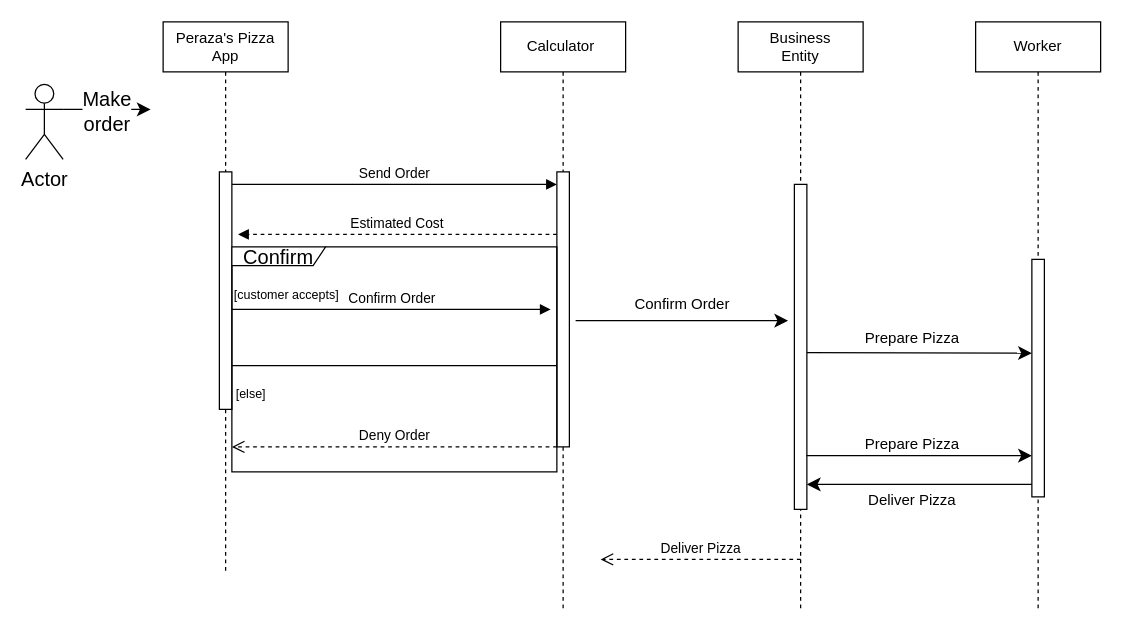
The draw.io diagram Untitled Diagram.drawio in perazaharmonics/Java-OOD, before the edit. Source tidied: cells renumbered, new cells numbered last; positions are measured from the earlier drawing's top-left corner, leaving out a move shared by most shapes. Both pictures are drawn from the tidied source at 125%, with x=0, y=0 at pixel (25, 21).
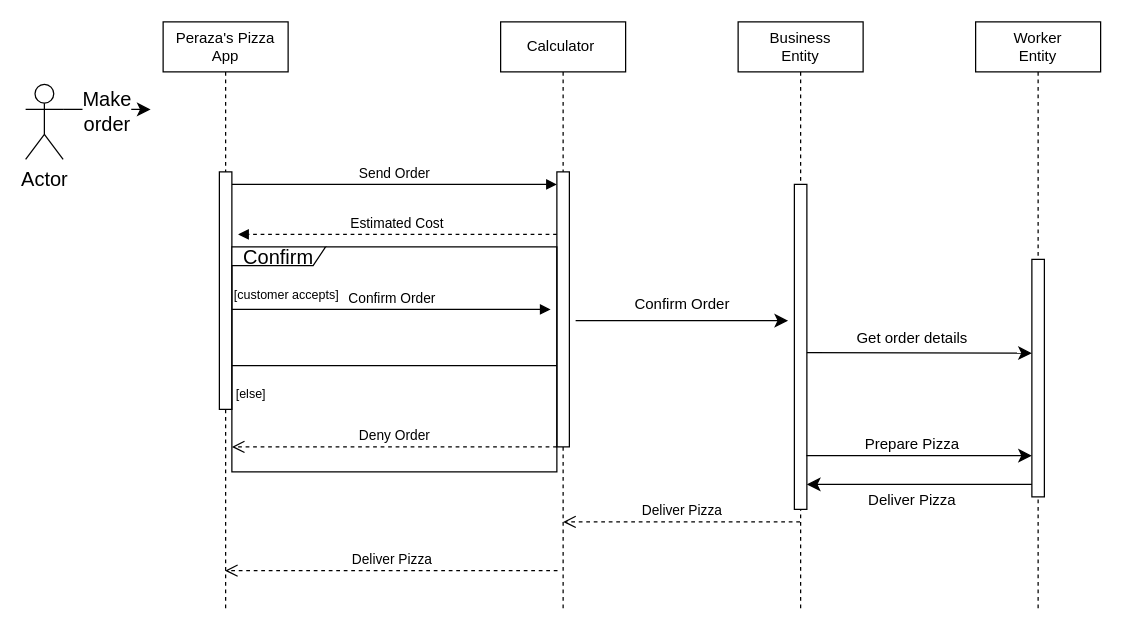
The same page after the edit.

The change refers to these unchanged cells:
```xml
<mxCell id="10" value="Business&lt;br&gt;Entity" style="shape=umlLifeline;perimeter=lifelinePerimeter;whiteSpace=wrap;html=1;outlineConnect=0;portConstraint=eastwest;newEdgeStyle={&quot;edgeStyle&quot;:&quot;elbowEdgeStyle&quot;,&quot;elbow&quot;:&quot;vertical&quot;,&quot;curved&quot;:0,&quot;rounded&quot;:0};" parent="1" vertex="1">
  <mxGeometry x="570" width="100" height="470" as="geometry" />
</mxCell>
<mxCell id="28" style="edgeStyle=elbowEdgeStyle;curved=0;rounded=0;orthogonalLoop=1;jettySize=auto;html=1;elbow=vertical;fontSize=12;startSize=8;endSize=8;exitX=0.546;exitY=0.632;exitDx=0;exitDy=0;exitPerimeter=0;" parent="1" edge="1">
  <mxGeometry relative="1" as="geometry">
    <mxPoint x="625" y="264.5" as="sourcePoint" />
    <mxPoint x="805" y="264.5" as="targetPoint" />
  </mxGeometry>
</mxCell>
```

What changed in the source:
```diff
@@
     <mxCell id="2" value="Peraza's Pizza&lt;br&gt;App" style="shape=umlLifeline;perimeter=lifelinePerimeter;whiteSpace=wrap;html=1;outlineConnect=0;portConstraint=eastwest;newEdgeStyle={&quot;edgeStyle&quot;:&quot;elbowEdgeStyle&quot;,&quot;elbow&quot;:&quot;vertical&quot;,&quot;curved&quot;:0,&quot;rounded&quot;:0};" parent="1" vertex="1">
-      <mxGeometry x="110" width="100" height="440" as="geometry" />
+      <mxGeometry x="110" width="100" height="470" as="geometry" />
     </mxCell>
@@
-    <mxCell id="11" value="Worker" style="shape=umlLifeline;perimeter=lifelinePerimeter;whiteSpace=wrap;html=1;newEdgeStyle={&quot;edgeStyle&quot;:&quot;elbowEdgeStyle&quot;,&quot;elbow&quot;:&quot;vertical&quot;,&quot;curved&quot;:0,&quot;rounded&quot;:0};" parent="1" vertex="1">
+    <mxCell id="11" value="Worker&lt;br&gt;Entity" style="shape=umlLifeline;perimeter=lifelinePerimeter;whiteSpace=wrap;html=1;newEdgeStyle={&quot;edgeStyle&quot;:&quot;elbowEdgeStyle&quot;,&quot;elbow&quot;:&quot;vertical&quot;,&quot;curved&quot;:0,&quot;rounded&quot;:0};" parent="1" vertex="1">
       <mxGeometry x="760" width="100" height="470" as="geometry" />
     </mxCell>
@@
-    <mxCell id="29" value="&lt;font style=&quot;font-size: 12px;&quot;&gt;Prepare Pizza&lt;/font&gt;" style="edgeLabel;html=1;align=center;verticalAlign=middle;fontSize=16;" parent="28" vertex="1">
+    <mxCell id="29" value="&lt;font style=&quot;font-size: 12px;&quot;&gt;Get order details&lt;/font&gt;" style="edgeLabel;html=1;align=center;verticalAlign=middle;fontSize=16;" parent="28" vertex="1">
       <mxGeometry x="-0.34" y="-2" relative="1" as="geometry">
         <mxPoint x="24" y="-17" as="offset" />
       </mxGeometry>
     </mxCell>
-    <mxCell id="30" value="Deliver Pizza" style="html=1;verticalAlign=bottom;endArrow=open;dashed=1;endSize=8;edgeStyle=elbowEdgeStyle;elbow=vertical;curved=0;rounded=0;" parent="1" edge="1">
+    <mxCell id="30" value="Deliver Pizza" style="html=1;verticalAlign=bottom;endArrow=open;dashed=1;endSize=8;edgeStyle=elbowEdgeStyle;elbow=vertical;curved=0;rounded=0;" parent="1" edge="1" source="10">
       <mxGeometry relative="1" as="geometry">
-        <mxPoint x="620" y="430" as="sourcePoint" />
-        <mxPoint x="460" y="430" as="targetPoint" />
+        <mxPoint x="430" y="400" as="targetPoint" />
         <Array as="points">
-          <mxPoint x="527.1" y="430" />
+          <mxPoint x="522.6" y="400" />
         </Array>
       </mxGeometry>
     </mxCell>
+    <mxCell id="31" value="Deliver Pizza" style="html=1;verticalAlign=bottom;endArrow=open;dashed=1;endSize=8;edgeStyle=elbowEdgeStyle;elbow=vertical;curved=0;rounded=0;" parent="1" edge="1" target="2">
+      <mxGeometry relative="1" as="geometry">
+        <mxPoint x="425.5" y="439" as="sourcePoint" />
+        <Array as="points">
+          <mxPoint x="328.1" y="439" />
+        </Array>
+      </mxGeometry>
+    </mxCell>
```
